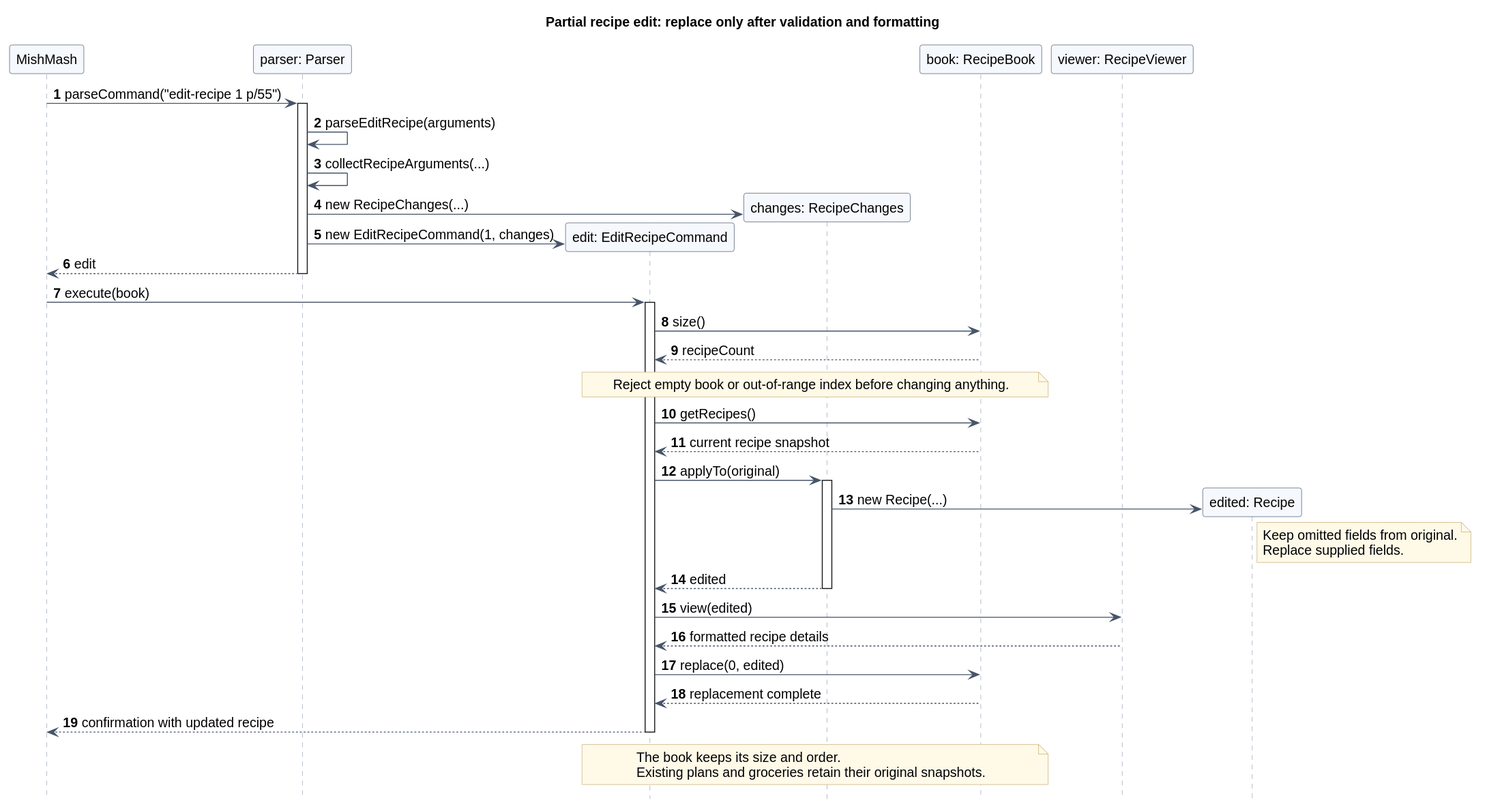
Before: docs/images/edit-recipe/execution.svg, a diagram exported from PlantUML (AY2627S1-CS2113-W13-4/tp). Source of this version:
```plantuml
@startuml
!include ../shortfall/style.iuml
title Partial recipe edit: replace only after validation and formatting
autonumber

participant "MishMash" as App
participant "parser: Parser" as Parser
participant "edit: EditRecipeCommand" as Edit
participant "changes: RecipeChanges" as Changes
participant "book: RecipeBook" as Book
participant "viewer: RecipeViewer" as Viewer

App -> Parser : parseCommand("edit-recipe 1 p/55")
activate Parser
Parser -> Parser : parseEditRecipe(arguments)
Parser -> Parser : collectRecipeArguments(...)
Parser -> Changes ** : new RecipeChanges(...)
Parser -> Edit ** : new EditRecipeCommand(1, changes)
Parser --> App : edit
deactivate Parser

App -> Edit : execute(book)
activate Edit
Edit -> Book : size()
Book --> Edit : recipeCount
note over Edit, Book : Reject empty book or out-of-range index before changing anything.
Edit -> Book : getRecipes()
Book --> Edit : current recipe snapshot
Edit -> Changes : applyTo(original)
activate Changes
create participant "edited: Recipe" as Edited
Changes -> Edited : new Recipe(...)
note right of Edited : Keep omitted fields from original.\nReplace supplied fields.
Changes --> Edit : edited
deactivate Changes
Edit -> Viewer : view(edited)
Viewer --> Edit : formatted recipe details
Edit -> Book : replace(0, edited)
Book --> Edit : replacement complete
Edit --> App : confirmation with updated recipe
deactivate Edit

note over Edit, Book
  The book keeps its size and order.
  Existing plans and groceries retain their original snapshots.
end note
@enduml
```
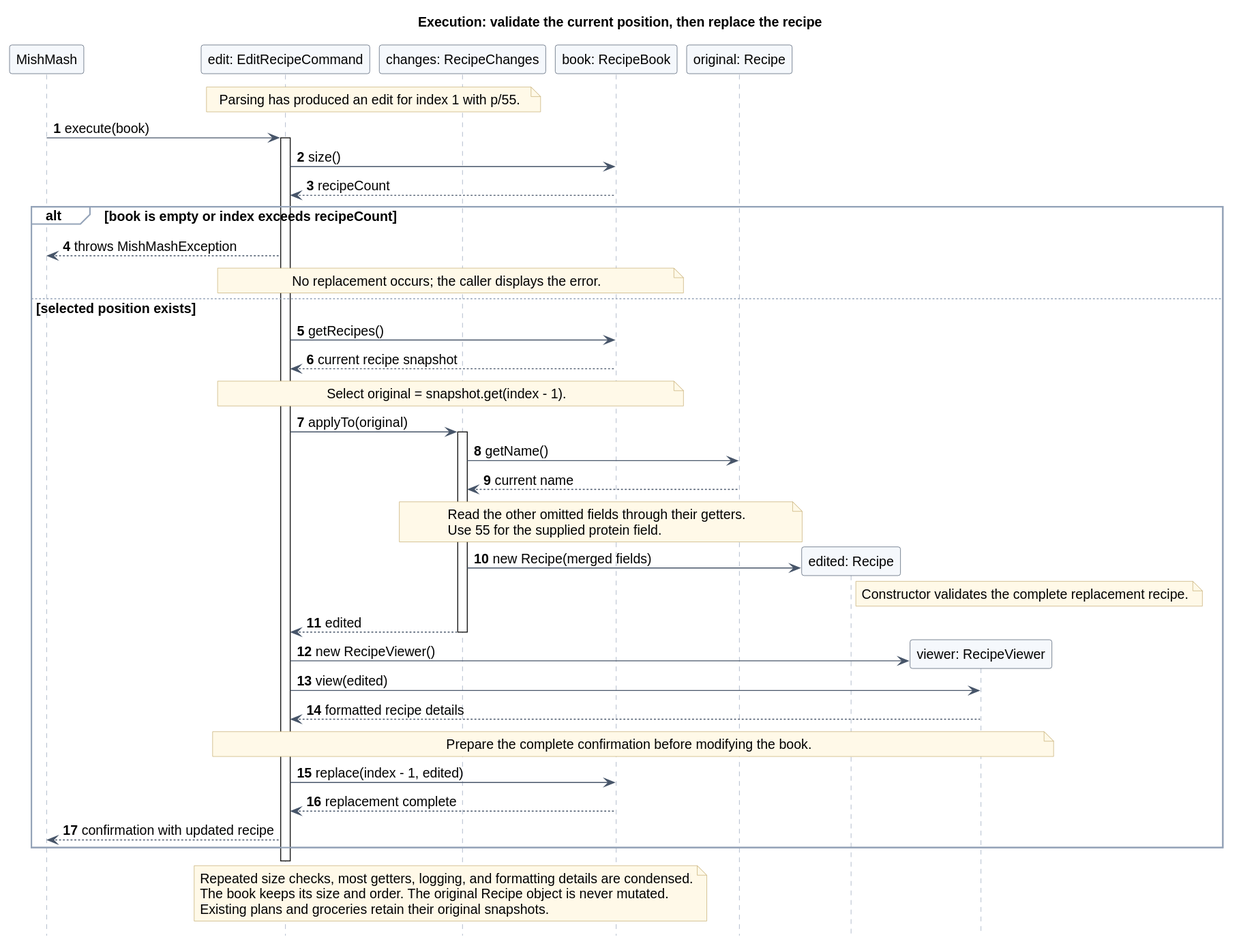
After the change.

Commit message:
Expand recipe editing UML diagrams and design documentation

Diff of the diagram source:
```diff
@@ -1,47 +1,55 @@
 @startuml
 !include ../shortfall/style.iuml
-title Partial recipe edit: replace only after validation and formatting
+title Execution: validate the current position, then replace the recipe
 autonumber
 
 participant "MishMash" as App
-participant "parser: Parser" as Parser
 participant "edit: EditRecipeCommand" as Edit
 participant "changes: RecipeChanges" as Changes
 participant "book: RecipeBook" as Book
+participant "original: Recipe" as Original
+participant "edited: Recipe" as Edited
 participant "viewer: RecipeViewer" as Viewer
 
-App -> Parser : parseCommand("edit-recipe 1 p/55")
-activate Parser
-Parser -> Parser : parseEditRecipe(arguments)
-Parser -> Parser : collectRecipeArguments(...)
-Parser -> Changes ** : new RecipeChanges(...)
-Parser -> Edit ** : new EditRecipeCommand(1, changes)
-Parser --> App : edit
-deactivate Parser
-
+note over Edit, Changes : Parsing has produced an edit for index 1 with p/55.
 App -> Edit : execute(book)
 activate Edit
 Edit -> Book : size()
 Book --> Edit : recipeCount
-note over Edit, Book : Reject empty book or out-of-range index before changing anything.
-Edit -> Book : getRecipes()
-Book --> Edit : current recipe snapshot
-Edit -> Changes : applyTo(original)
-activate Changes
-create participant "edited: Recipe" as Edited
-Changes -> Edited : new Recipe(...)
-note right of Edited : Keep omitted fields from original.\nReplace supplied fields.
-Changes --> Edit : edited
-deactivate Changes
-Edit -> Viewer : view(edited)
-Viewer --> Edit : formatted recipe details
-Edit -> Book : replace(0, edited)
-Book --> Edit : replacement complete
-Edit --> App : confirmation with updated recipe
+alt book is empty or index exceeds recipeCount
+  Edit --> App : throws MishMashException
+  note over Edit, Book : No replacement occurs; the caller displays the error.
+else selected position exists
+  Edit -> Book : getRecipes()
+  Book --> Edit : current recipe snapshot
+  note over Edit, Book : Select original = snapshot.get(index - 1).
+  Edit -> Changes : applyTo(original)
+  activate Changes
+  Changes -> Original : getName()
+  Original --> Changes : current name
+  note over Changes, Original
+    Read the other omitted fields through their getters.
+    Use 55 for the supplied protein field.
+  end note
+  create Edited
+  Changes -> Edited : new Recipe(merged fields)
+  note right of Edited : Constructor validates the complete replacement recipe.
+  Changes --> Edit : edited
+  deactivate Changes
+  create Viewer
+  Edit -> Viewer : new RecipeViewer()
+  Edit -> Viewer : view(edited)
+  Viewer --> Edit : formatted recipe details
+  note over Edit, Viewer : Prepare the complete confirmation before modifying the book.
+  Edit -> Book : replace(index - 1, edited)
+  Book --> Edit : replacement complete
+  Edit --> App : confirmation with updated recipe
+end
 deactivate Edit
 
 note over Edit, Book
-  The book keeps its size and order.
+  Repeated size checks, most getters, logging, and formatting details are condensed.
+  The book keeps its size and order. The original Recipe object is never mutated.
   Existing plans and groceries retain their original snapshots.
 end note
 @enduml
```
